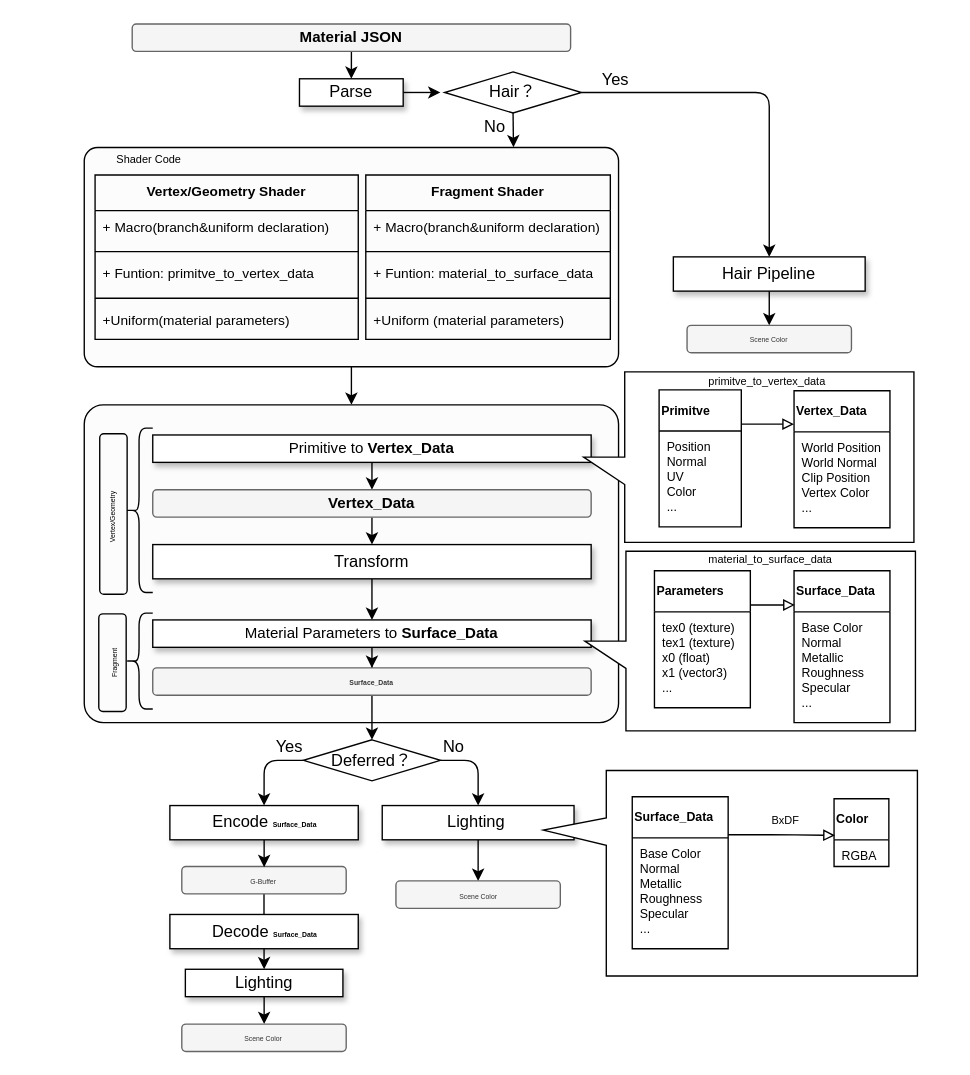
Earlier version of the draw.io diagram 未命名绘图.drawio (inliab/hello-world). Source tidied: cells renumbered, new cells numbered last; positions are measured from the earlier drawing's top-left corner, leaving out a move shared by most shapes. Both pictures are drawn from the tidied source at 137%, with x=0, y=0 at pixel (33, 23).
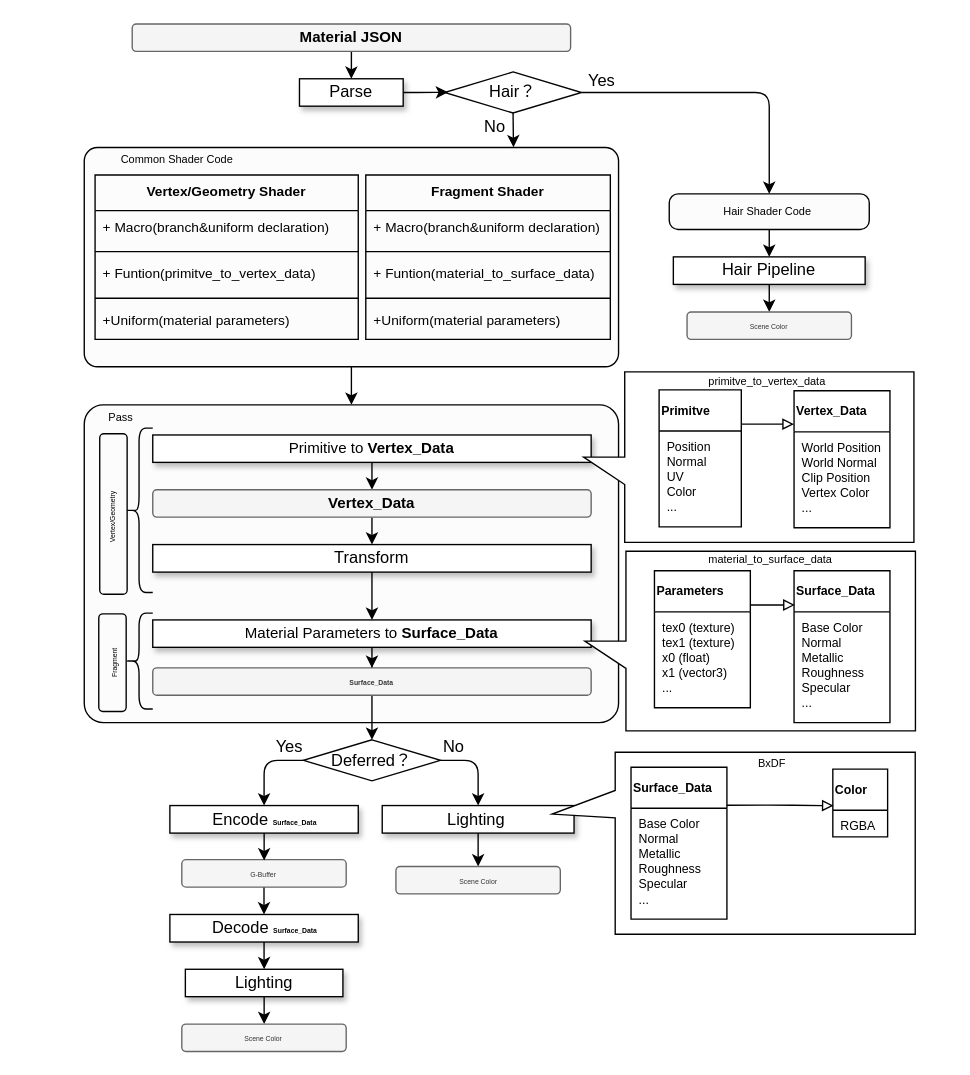
Above is the later version.

Commit message (it also covers changes not shown here):
更新未命名绘图.drawio

Unchanged cells that the change refers to:
```xml
<mxCell id="36" value="Vertex/Geometry Shader" style="swimlane;fontStyle=1;align=center;verticalAlign=top;horizontal=1;startSize=26;rounded=0;shadow=0;glass=0;sketch=0;strokeColor=default;strokeWidth=1;fontSize=10;fillColor=none;swimlaneFillColor=none;" parent="1" vertex="1">
  <mxGeometry x="44.9" y="110.2" width="192.1" height="120" as="geometry" />
</mxCell>
<mxCell id="64" value="Fragment Shader" style="swimlane;fontStyle=1;align=center;verticalAlign=top;horizontal=1;startSize=26;rounded=0;shadow=0;glass=0;sketch=0;strokeColor=default;strokeWidth=1;fontSize=10;fillColor=none;swimlaneFillColor=none;" parent="1" vertex="1">
  <mxGeometry x="242.5" y="110.2" width="178.5" height="120" as="geometry" />
</mxCell>
<mxCell id="79" value="Parse" style="rounded=0;whiteSpace=wrap;html=1;fontSize=12;glass=0;strokeWidth=1;shadow=1;" parent="1" vertex="1">
  <mxGeometry x="194.1" y="40" width="75.7" height="20" as="geometry" />
</mxCell>
<mxCell id="82" value="Hair？" style="strokeWidth=1;html=1;shape=mxgraph.flowchart.decision;whiteSpace=wrap;rounded=1;shadow=0;glass=0;sketch=0;strokeColor=#030303;fontSize=12;fillColor=default;" parent="1" vertex="1">
  <mxGeometry x="300" y="35" width="100" height="30" as="geometry" />
</mxCell>
```

Diff of the diagram source:
```diff
@@
+    <mxCell id="88" style="edgeStyle=orthogonalEdgeStyle;rounded=1;jettySize=auto;html=1;entryX=0.5;entryY=0;entryDx=0;entryDy=0;fontSize=8;endArrow=classic;endFill=1;" parent="1" edge="1" source="89" target="84">
+      <mxGeometry relative="1" as="geometry" />
+    </mxCell>
+    <mxCell id="89" style="rounded=1;whiteSpace=wrap;html=1;shadow=0;glass=0;sketch=0;fontSize=5;fillColor=#FCFCFC;arcSize=25;" parent="1" vertex="1">
+      <mxGeometry x="464" y="124" width="146" height="26" as="geometry" />
+    </mxCell>
@@
     <mxCell id="8" value="G-Buffer" style="rounded=1;whiteSpace=wrap;html=1;shadow=0;glass=0;sketch=0;fontSize=5;fillColor=#f5f5f5;fontColor=#333333;strokeColor=#666666;" parent="1" vertex="1">
-      <mxGeometry x="108.2" y="615" width="120" height="20" as="geometry" />
+      <mxGeometry x="108.2" y="610" width="120" height="20" as="geometry" />
     </mxCell>
@@
     <mxCell id="12" value="Lighting&amp;nbsp;" style="rounded=0;whiteSpace=wrap;html=1;fontSize=12;glass=0;strokeWidth=1;shadow=1;" parent="1" vertex="1">
-      <mxGeometry x="254.5" y="570.5" width="140" height="25" as="geometry" />
+      <mxGeometry x="254.5" y="570.5" width="140" height="20.1" as="geometry" />
     </mxCell>
@@
     <mxCell id="18" value="Encode &lt;b style=&quot;font-size: 5px;&quot;&gt;Surface_Data&lt;/b&gt;" style="rounded=0;whiteSpace=wrap;html=1;fontSize=12;glass=0;strokeWidth=1;shadow=1;" parent="1" vertex="1">
-      <mxGeometry x="99.5" y="570.5" width="137.5" height="25" as="geometry" />
+      <mxGeometry x="99.5" y="570.5" width="137.5" height="20.1" as="geometry" />
     </mxCell>
@@
     <mxCell id="20" value="Decode &lt;b style=&quot;font-size: 5px;&quot;&gt;Surface_Data&lt;/b&gt;" style="rounded=0;whiteSpace=wrap;html=1;fontSize=12;glass=0;strokeWidth=1;shadow=1;" parent="1" vertex="1">
-      <mxGeometry x="99.5" y="650" width="137.5" height="25" as="geometry" />
+      <mxGeometry x="99.5" y="650" width="137.5" height="20.1" as="geometry" />
     </mxCell>
     <mxCell id="21" value="Scene Color" style="rounded=1;whiteSpace=wrap;html=1;shadow=0;glass=0;sketch=0;fontSize=5;fillColor=#f5f5f5;fontColor=#333333;strokeColor=#666666;" parent="1" vertex="1">
-      <mxGeometry x="264.5" y="625.5" width="120" height="20" as="geometry" />
+      <mxGeometry x="264.5" y="615" width="120" height="20" as="geometry" />
     </mxCell>
@@
     <mxCell id="25" value="Transform" style="rounded=0;whiteSpace=wrap;html=1;fontSize=12;glass=0;strokeWidth=1;shadow=1;" parent="1" vertex="1">
-      <mxGeometry x="87" y="380" width="320" height="25" as="geometry" />
+      <mxGeometry x="87" y="380" width="320" height="20.1" as="geometry" />
     </mxCell>
@@
-    <mxCell id="39" value="+ Funtion: primitve_to_vertex_data" style="text;strokeColor=none;fillColor=none;align=left;verticalAlign=top;spacingLeft=4;spacingRight=4;overflow=hidden;rounded=1;shadow=0;glass=0;sketch=0;strokeWidth=1;fontSize=10;" parent="36" vertex="1">
+    <mxCell id="39" value="+ Funtion(primitve_to_vertex_data)" style="text;strokeColor=none;fillColor=none;align=left;verticalAlign=top;spacingLeft=4;spacingRight=4;overflow=hidden;rounded=1;shadow=0;glass=0;sketch=0;strokeWidth=1;fontSize=10;" parent="36" vertex="1">
       <mxGeometry y="60" width="192.1" height="26" as="geometry" />
     </mxCell>
@@
-    <mxCell id="56" style="shape=callout;whiteSpace=wrap;html=1;perimeter=calloutPerimeter;rounded=1;shadow=0;glass=0;sketch=0;strokeColor=default;strokeWidth=1;fontSize=9;fillColor=default;rotation=90;position2=0.29;size=46;position=0.23;arcSize=0;" parent="1" vertex="1">
-      <mxGeometry x="433.6" y="483.4" width="150" height="273.1" as="geometry" />
+    <mxCell id="56" style="shape=callout;whiteSpace=wrap;html=1;perimeter=calloutPerimeter;rounded=1;shadow=0;glass=0;sketch=0;strokeColor=default;strokeWidth=1;fontSize=9;fillColor=default;rotation=90;position2=0.34;size=46;position=0.21;arcSize=0;" parent="1" vertex="1">
+      <mxGeometry x="444.6" y="465.5" width="132.9" height="265" as="geometry" />
     </mxCell>
     <mxCell id="57" value="Color" style="swimlane;horizontal=1;startSize=30;rounded=0;fontSize=9;fontStyle=1;strokeWidth=1;shadow=0;dashed=0;align=left;glass=0;sketch=0;strokeColor=default;fillColor=none;" parent="1" vertex="1">
-      <mxGeometry x="584.3" y="565.5" width="40" height="49.5" as="geometry" />
+      <mxGeometry x="583.4" y="543.9" width="40" height="49.5" as="geometry" />
     </mxCell>
@@
     <mxCell id="61" value="Surface_Data" style="swimlane;horizontal=1;startSize=30;rounded=0;fontSize=9;fontStyle=1;strokeWidth=1;shadow=0;dashed=0;align=left;glass=0;sketch=0;strokeColor=default;fillColor=none;" parent="1" vertex="1">
-      <mxGeometry x="437" y="564.1" width="70" height="110.9" as="geometry" />
+      <mxGeometry x="436.1" y="542.5" width="70" height="110.9" as="geometry" />
     </mxCell>
@@
-    <mxCell id="67" value="+ Funtion: material_to_surface_data" style="text;strokeColor=none;fillColor=none;align=left;verticalAlign=top;spacingLeft=4;spacingRight=4;overflow=hidden;rounded=1;shadow=0;glass=0;sketch=0;strokeWidth=1;fontSize=10;" parent="64" vertex="1">
+    <mxCell id="67" value="+ Funtion(material_to_surface_data)" style="text;strokeColor=none;fillColor=none;align=left;verticalAlign=top;spacingLeft=4;spacingRight=4;overflow=hidden;rounded=1;shadow=0;glass=0;sketch=0;strokeWidth=1;fontSize=10;" parent="64" vertex="1">
       <mxGeometry y="60" width="178.5" height="26" as="geometry" />
     </mxCell>
@@
-    <mxCell id="69" value="+Uniform (material parameters)" style="text;strokeColor=none;fillColor=none;align=left;verticalAlign=top;spacingLeft=4;spacingRight=4;overflow=hidden;rounded=1;shadow=0;glass=0;sketch=0;strokeWidth=1;fontSize=10;" parent="64" vertex="1">
+    <mxCell id="69" value="+Uniform(material parameters)" style="text;strokeColor=none;fillColor=none;align=left;verticalAlign=top;spacingLeft=4;spacingRight=4;overflow=hidden;rounded=1;shadow=0;glass=0;sketch=0;strokeWidth=1;fontSize=10;" parent="64" vertex="1">
       <mxGeometry y="94" width="178.5" height="26" as="geometry" />
     </mxCell>
@@
-    <mxCell id="74" value="Shader Code" style="text;html=1;strokeColor=none;fillColor=none;align=center;verticalAlign=middle;whiteSpace=wrap;rounded=0;shadow=0;glass=0;sketch=0;strokeWidth=1;fontSize=8;" parent="1" vertex="1">
-      <mxGeometry x="34.2" y="84" width="100.7" height="30" as="geometry" />
+    <mxCell id="74" value="Common Shader Code" style="text;html=1;strokeColor=none;fillColor=none;align=center;verticalAlign=middle;whiteSpace=wrap;rounded=0;shadow=0;glass=0;sketch=0;strokeWidth=1;fontSize=8;" parent="1" vertex="1">
+      <mxGeometry x="34.2" y="84" width="141.8" height="30" as="geometry" />
     </mxCell>
@@
     <mxCell id="77" value="BxDF" style="text;strokeColor=none;fillColor=none;align=left;verticalAlign=top;spacingLeft=4;spacingRight=4;overflow=hidden;rounded=1;shadow=0;glass=0;sketch=0;strokeWidth=1;fontSize=8;" parent="1" vertex="1">
-      <mxGeometry x="533.1" y="570.5" width="50" height="26" as="geometry" />
+      <mxGeometry x="523.3" y="529" width="50" height="26" as="geometry" />
     </mxCell>
-    <mxCell id="78" style="edgeStyle=orthogonalEdgeStyle;rounded=1;jettySize=auto;html=1;fontSize=8;endArrow=classic;endFill=1;" parent="1" edge="1" source="79">
-      <mxGeometry relative="1" as="geometry">
-        <mxPoint x="297" y="50" as="targetPoint" />
-      </mxGeometry>
+    <mxCell id="78" style="edgeStyle=orthogonalEdgeStyle;rounded=1;jettySize=auto;html=1;fontSize=8;endArrow=classic;endFill=1;entryX=0.026;entryY=0.492;entryDx=0;entryDy=0;entryPerimeter=0;" parent="1" edge="1" source="79" target="82">
+      <mxGeometry relative="1" as="geometry" />
     </mxCell>
@@
-    <mxCell id="80" style="edgeStyle=orthogonalEdgeStyle;rounded=1;jettySize=auto;html=1;exitX=1;exitY=0.5;exitDx=0;exitDy=0;exitPerimeter=0;fontSize=8;endArrow=classic;endFill=1;entryX=0.5;entryY=0;entryDx=0;entryDy=0;" parent="1" edge="1" source="82" target="84">
-      <mxGeometry relative="1" as="geometry" />
-    </mxCell>
@@
+    <mxCell id="90" style="edgeStyle=orthogonalEdgeStyle;rounded=1;jettySize=auto;html=1;entryX=0.5;entryY=0;entryDx=0;entryDy=0;fontSize=8;endArrow=classic;endFill=1;" parent="1" edge="1" source="82" target="89">
+      <mxGeometry relative="1" as="geometry" />
+    </mxCell>
@@
-    <mxCell id="83" style="edgeStyle=orthogonalEdgeStyle;rounded=1;jettySize=auto;html=1;fontSize=8;endArrow=classic;endFill=1;" parent="1" edge="1" source="84">
-      <mxGeometry relative="1" as="geometry">
-        <mxPoint x="537" y="220" as="targetPoint" />
-      </mxGeometry>
-    </mxCell>
+    <mxCell id="91" style="edgeStyle=orthogonalEdgeStyle;rounded=1;jettySize=auto;html=1;entryX=0.5;entryY=0;entryDx=0;entryDy=0;fontSize=8;endArrow=classic;endFill=1;" parent="1" edge="1" source="84" target="85">
+      <mxGeometry relative="1" as="geometry" />
+    </mxCell>
     <mxCell id="84" value="Hair Pipeline" style="rounded=0;whiteSpace=wrap;html=1;fontSize=12;glass=0;strokeWidth=1;shadow=1;" parent="1" vertex="1">
-      <mxGeometry x="467" y="170" width="140" height="25" as="geometry" />
+      <mxGeometry x="467" y="170" width="140" height="20.1" as="geometry" />
     </mxCell>
     <mxCell id="85" value="Scene Color" style="rounded=1;whiteSpace=wrap;html=1;shadow=0;glass=0;sketch=0;fontSize=5;fillColor=#f5f5f5;fontColor=#333333;strokeColor=#666666;" parent="1" vertex="1">
-      <mxGeometry x="477" y="220" width="120" height="20" as="geometry" />
+      <mxGeometry x="477" y="210.2" width="120" height="20" as="geometry" />
     </mxCell>
     <mxCell id="86" value="Yes" style="text;html=1;strokeColor=none;fillColor=none;align=center;verticalAlign=middle;whiteSpace=wrap;rounded=0;shadow=0;glass=0;dashed=1;sketch=0;fontSize=12;" parent="1" vertex="1">
-      <mxGeometry x="395.3" y="26.1" width="60" height="30" as="geometry" />
+      <mxGeometry x="384.6" y="27" width="60" height="30" as="geometry" />
     </mxCell>
@@
+    <mxCell id="92" value="Hair Shader Code" style="text;html=1;strokeColor=none;fillColor=none;align=center;verticalAlign=middle;whiteSpace=wrap;rounded=0;shadow=0;glass=0;sketch=0;strokeWidth=1;fontSize=8;" parent="1" vertex="1">
+      <mxGeometry x="465.2" y="122" width="141.8" height="30" as="geometry" />
+    </mxCell>
+    <mxCell id="93" value="Pass" style="text;html=1;strokeColor=none;fillColor=none;align=center;verticalAlign=middle;whiteSpace=wrap;rounded=0;shadow=0;glass=0;sketch=0;strokeWidth=1;fontSize=8;" parent="1" vertex="1">
+      <mxGeometry x="-7" y="272" width="141.8" height="30" as="geometry" />
+    </mxCell>
```
